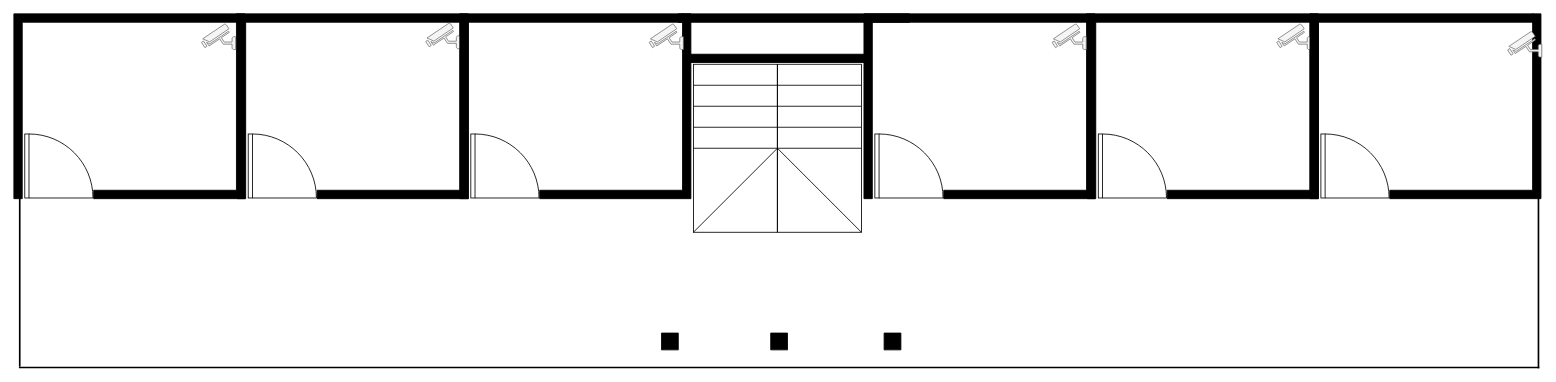
Before: page "1st - floor" (4 of 4) of Diagram Tanpa Judul.drawio in mohammadrifanmushlih17/My-Project-Draw, a draw.io diagram. Source tidied: cells renumbered, new cells numbered last; positions are measured from the earlier drawing's top-left corner, leaving out a move shared by most shapes. Both pictures are drawn from the tidied source at 84%, with x=0, y=0 at pixel (13, 13).
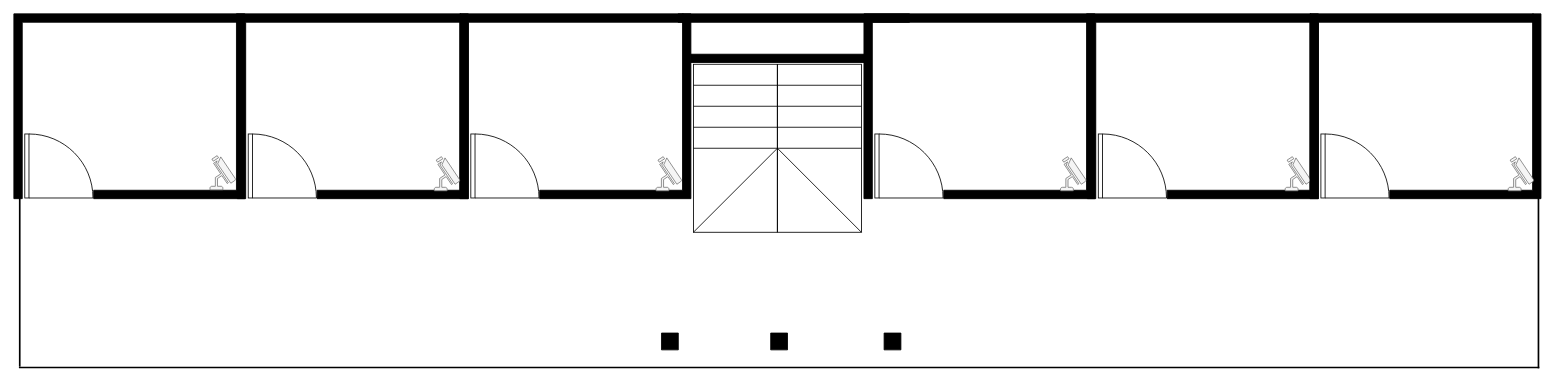
The same page after the edit.

Unchanged cells that the change refers to:
```xml
<mxCell id="5" style="group;" parent="1" vertex="1">
  <mxGeometry x="266" width="275" height="220" as="geometry" />
</mxCell>
<mxCell id="10" style="group;" parent="1" vertex="1">
  <mxGeometry x="531" width="275" height="220" as="geometry" />
</mxCell>
<mxCell id="18" style="group;" parent="1" vertex="1">
  <mxGeometry x="1278" width="275" height="220" as="geometry" />
</mxCell>
<mxCell id="23" style="group;" parent="1" vertex="1">
  <mxGeometry x="1543" width="275" height="220" as="geometry" />
</mxCell>
```

The edit, as a diff of the source:
```diff
@@
-    <mxCell id="9" style="fontColor=#333333;verticalAlign=top;verticalLabelPosition=bottom;labelPosition=center;align=center;html=1;fillColor=#f5f5f5;strokeColor=#666666;gradientDirection=north;strokeWidth=2;shape=mxgraph.networks.security_camera;direction=east;flipH=1;" parent="5" vertex="1">
-      <mxGeometry x="224.3" y="11" width="40.7" height="30.5" as="geometry" />
-    </mxCell>
+    <mxCell id="39" style="fontColor=#333333;verticalAlign=top;verticalLabelPosition=bottom;labelPosition=center;align=center;html=1;fillColor=#f5f5f5;strokeColor=#666666;gradientDirection=north;strokeWidth=2;shape=mxgraph.networks.security_camera;direction=north;flipH=1;flipV=0;" parent="5" vertex="1">
+      <mxGeometry x="-32.5" y="168.8" width="30.5" height="40.7" as="geometry" />
+    </mxCell>
@@
-    <mxCell id="14" style="fontColor=#333333;verticalAlign=top;verticalLabelPosition=bottom;labelPosition=center;align=center;html=1;fillColor=#f5f5f5;strokeColor=#666666;gradientDirection=north;strokeWidth=2;shape=mxgraph.networks.security_camera;direction=east;flipH=1;" parent="10" vertex="1">
-      <mxGeometry x="225.3" y="12" width="40.7" height="30.5" as="geometry" />
-    </mxCell>
+    <mxCell id="40" style="fontColor=#333333;verticalAlign=top;verticalLabelPosition=bottom;labelPosition=center;align=center;html=1;fillColor=#f5f5f5;strokeColor=#666666;gradientDirection=north;strokeWidth=2;shape=mxgraph.networks.security_camera;direction=north;flipH=1;flipV=0;" parent="10" vertex="1">
+      <mxGeometry x="233.5" y="170" width="30.5" height="40.7" as="geometry" />
+    </mxCell>
+    <mxCell id="41" style="fontColor=#333333;verticalAlign=top;verticalLabelPosition=bottom;labelPosition=center;align=center;html=1;fillColor=#f5f5f5;strokeColor=#666666;gradientDirection=north;strokeWidth=2;shape=mxgraph.networks.security_camera;direction=north;flipH=1;flipV=0;" parent="10" vertex="1">
+      <mxGeometry x="-30.5" y="170" width="30.5" height="40.7" as="geometry" />
+    </mxCell>
@@
-    <mxCell id="22" style="fontColor=#333333;verticalAlign=top;verticalLabelPosition=bottom;labelPosition=center;align=center;html=1;fillColor=#f5f5f5;strokeColor=#666666;gradientDirection=north;strokeWidth=2;shape=mxgraph.networks.security_camera;direction=east;flipH=1;" parent="18" vertex="1">
-      <mxGeometry x="225.3" y="12" width="40.7" height="30.5" as="geometry" />
-    </mxCell>
+    <mxCell id="42" style="fontColor=#333333;verticalAlign=top;verticalLabelPosition=bottom;labelPosition=center;align=center;html=1;fillColor=#f5f5f5;strokeColor=#666666;gradientDirection=north;strokeWidth=2;shape=mxgraph.networks.security_camera;direction=north;flipH=1;flipV=0;" parent="18" vertex="1">
+      <mxGeometry x="235.5" y="170" width="30.5" height="40.7" as="geometry" />
+    </mxCell>
@@
-    <mxCell id="27" style="fontColor=#333333;verticalAlign=top;verticalLabelPosition=bottom;labelPosition=center;align=center;html=1;fillColor=#f5f5f5;strokeColor=#666666;gradientDirection=north;strokeWidth=2;shape=mxgraph.networks.security_camera;direction=east;flipH=1;" parent="23" vertex="1">
-      <mxGeometry x="235.3" y="21" width="40.7" height="30.5" as="geometry" />
+    <mxCell id="27" style="fontColor=#333333;verticalAlign=top;verticalLabelPosition=bottom;labelPosition=center;align=center;html=1;fillColor=#f5f5f5;strokeColor=#666666;gradientDirection=north;strokeWidth=2;shape=mxgraph.networks.security_camera;direction=north;flipH=1;flipV=0;" parent="23" vertex="1">
+      <mxGeometry x="236" y="170" width="30.5" height="40.7" as="geometry" />
     </mxCell>
@@
-    <mxCell id="37" style="fontColor=#333333;verticalAlign=top;verticalLabelPosition=bottom;labelPosition=center;align=center;html=1;fillColor=#f5f5f5;strokeColor=#666666;gradientDirection=north;strokeWidth=2;shape=mxgraph.networks.security_camera;direction=east;flipH=1;" parent="1" vertex="1">
-      <mxGeometry x="1236" y="12" width="40.7" height="30.5" as="geometry" />
-    </mxCell>
-    <mxCell id="38" style="fontColor=#333333;verticalAlign=top;verticalLabelPosition=bottom;labelPosition=center;align=center;html=1;fillColor=#f5f5f5;strokeColor=#666666;gradientDirection=north;strokeWidth=2;shape=mxgraph.networks.security_camera;direction=east;flipH=1;" parent="1" vertex="1">
-      <mxGeometry x="223.3" y="12" width="40.7" height="30.5" as="geometry" />
-    </mxCell>
+    <mxCell id="43" style="fontColor=#333333;verticalAlign=top;verticalLabelPosition=bottom;labelPosition=center;align=center;html=1;fillColor=#f5f5f5;strokeColor=#666666;gradientDirection=north;strokeWidth=2;shape=mxgraph.networks.security_camera;direction=north;flipH=1;flipV=0;" parent="1" vertex="1">
+      <mxGeometry x="1246" y="170" width="30.5" height="40.7" as="geometry" />
+    </mxCell>
```
